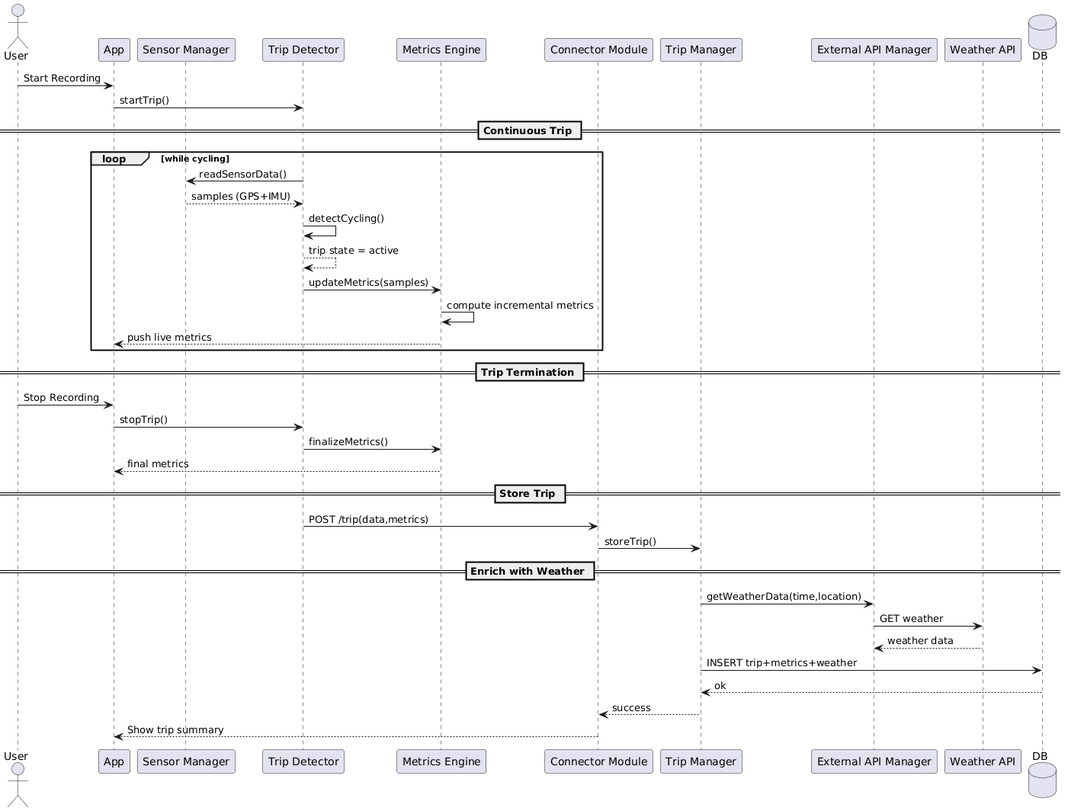
The PlantUML diagram DD/Images/sequence/trip.png in gixium/BPP-System-Design-Specification, before a commit.
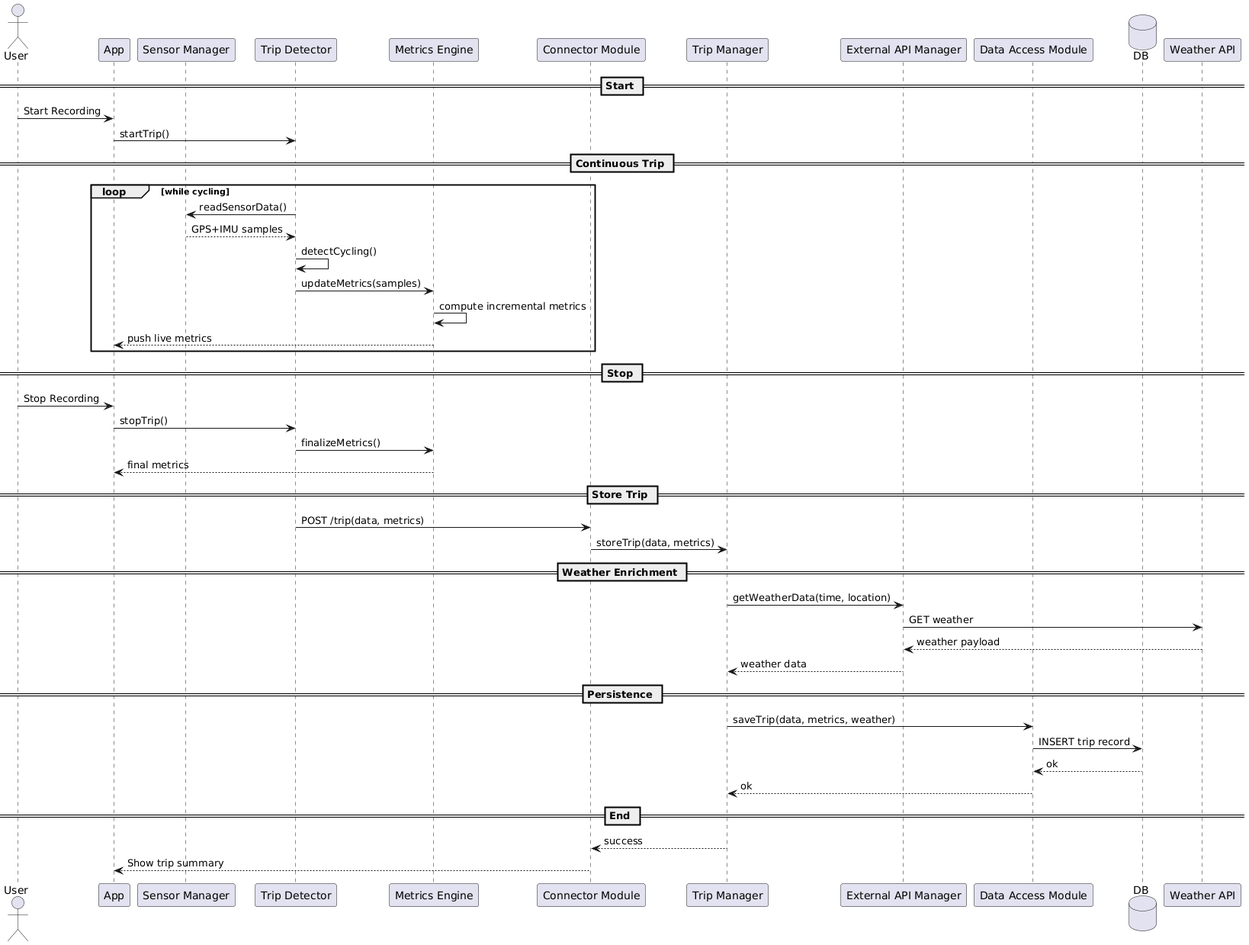
The same diagram one commit later.

Commit message:
fixing trip runtime diagram

The edit, as a diff of the source:
```diff
@@ -8,43 +8,50 @@
 participant "Connector Module" as CM
 participant "Trip Manager" as TM
 participant "External API Manager" as EAM
+participant "Data Access Module" as DAM
+database DB
 participant "Weather API" as WAPI
-database DB
 
+== Start ==
 User -> UI: Start Recording
 UI -> TD: startTrip()
 
 == Continuous Trip ==
 loop while cycling
     TD -> SM: readSensorData()
-    SM --> TD: samples (GPS+IMU)
+    SM --> TD: GPS+IMU samples
 
     TD -> TD: detectCycling()
-    TD --> TD: trip state = active
 
     TD -> ME: updateMetrics(samples)
     ME -> ME: compute incremental metrics
     ME --> UI: push live metrics
 end
 
-== Trip Termination ==
+== Stop ==
 User -> UI: Stop Recording
 UI -> TD: stopTrip()
+
 TD -> ME: finalizeMetrics()
 ME --> UI: final metrics
 
 == Store Trip ==
-TD -> CM: POST /trip(data,metrics)
-CM -> TM: storeTrip()
+TD -> CM: POST /trip(data, metrics)
+CM -> TM: storeTrip(data, metrics)
 
-== Enrich with Weather ==
-TM -> EAM: getWeatherData(time,location)
+== Weather Enrichment ==
+TM -> EAM: getWeatherData(time, location)
 EAM -> WAPI: GET weather
-WAPI --> EAM: weather data
+WAPI --> EAM: weather payload
+EAM --> TM: weather data
 
-TM -> DB: INSERT trip+metrics+weather
-DB --> TM: ok
+== Persistence ==
+TM -> DAM: saveTrip(data, metrics, weather)
+DAM -> DB: INSERT trip record
+DB --> DAM: ok
+DAM --> TM: ok
 
+== End ==
 TM --> CM: success
 CM --> UI: Show trip summary
 @enduml
```
